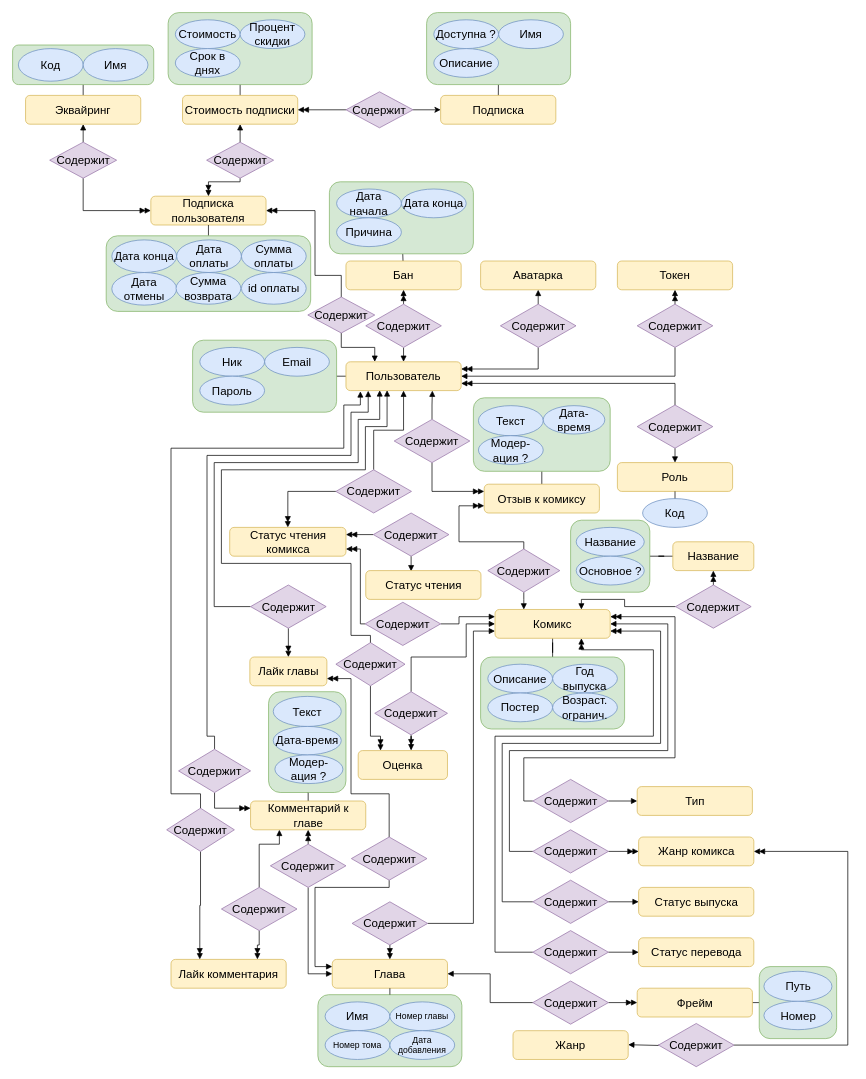
This is page "Концептуальная" (1 of 3) of ПМ.11/Модели базы данных.drawio from Zamelane/exams-3-course, a draw.io file, before an edit. Source tidied: cells renumbered, new cells numbered last; positions are measured from the earlier drawing's top-left corner, leaving out a move shared by most shapes. Both pictures are drawn from the tidied source at 72%, with x=0, y=0 at pixel (12, 12).
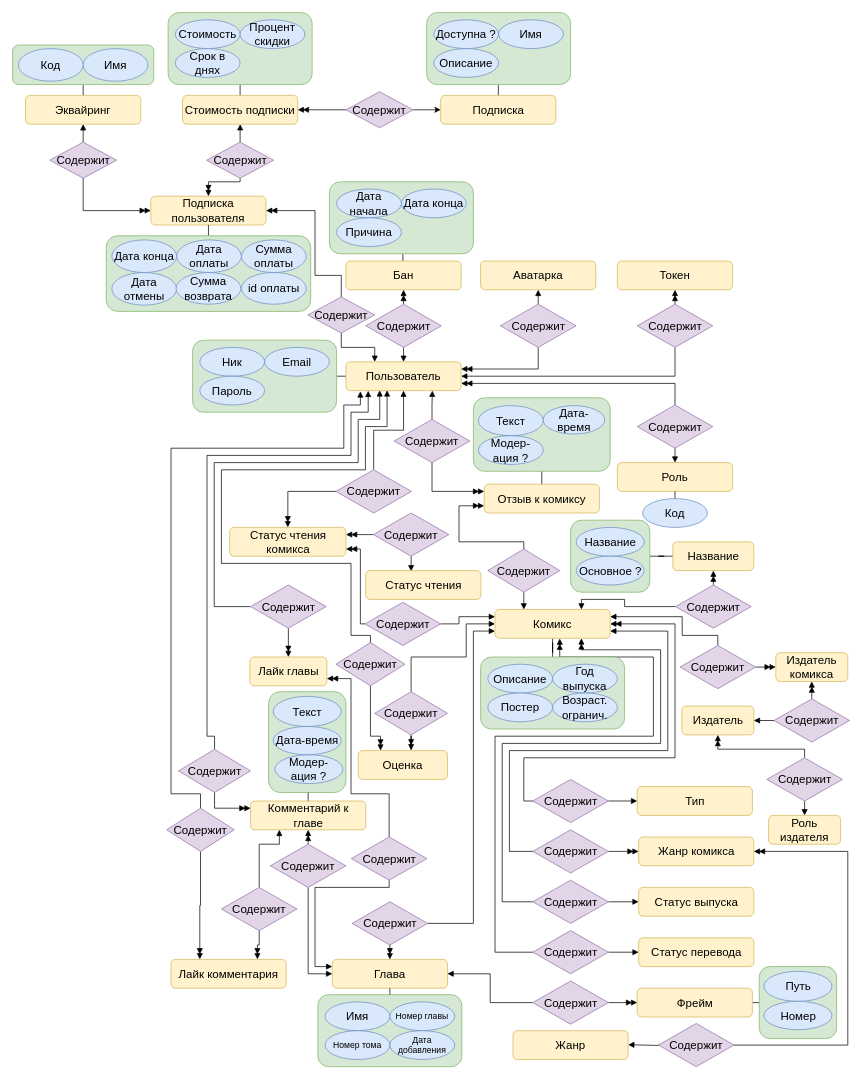
The same diagram, later.

The change refers to these unchanged cells:
```xml
<mxCell id="44" value="&lt;font style=&quot;font-size: 16px;&quot;&gt;Комикс&lt;/font&gt;" style="rounded=1;whiteSpace=wrap;html=1;fillColor=#fff2cc;strokeColor=#d6b656;" parent="1" vertex="1">
  <mxGeometry x="670" y="829" width="160" height="40" as="geometry" />
</mxCell>
<mxCell id="57" value="&lt;font style=&quot;font-size: 16px;&quot;&gt;Содержит&lt;/font&gt;" style="rhombus;whiteSpace=wrap;html=1;rounded=0;strokeColor=#9673a6;align=center;verticalAlign=middle;fontFamily=Helvetica;fontSize=12;fillColor=#e1d5e7;" parent="1" vertex="1">
  <mxGeometry x="722.5" y="1065" width="105" height="60" as="geometry" />
</mxCell>
<mxCell id="72" value="&lt;font style=&quot;font-size: 16px;&quot;&gt;Содержит&lt;/font&gt;" style="rhombus;whiteSpace=wrap;html=1;rounded=0;strokeColor=#9673a6;align=center;verticalAlign=middle;fontFamily=Helvetica;fontSize=12;fillColor=#e1d5e7;" parent="1" vertex="1">
  <mxGeometry x="722.5" y="1135" width="105" height="60" as="geometry" />
</mxCell>
<mxCell id="75" value="&lt;font style=&quot;font-size: 16px;&quot;&gt;Содержит&lt;/font&gt;" style="rhombus;whiteSpace=wrap;html=1;rounded=0;strokeColor=#9673a6;align=center;verticalAlign=middle;fontFamily=Helvetica;fontSize=12;fillColor=#e1d5e7;" parent="1" vertex="1">
  <mxGeometry x="722.5" y="1275" width="105" height="60" as="geometry" />
</mxCell>
<mxCell id="135" value="&lt;font style=&quot;font-size: 16px;&quot;&gt;Содержит&lt;/font&gt;" style="rhombus;whiteSpace=wrap;html=1;rounded=0;strokeColor=#9673a6;align=center;verticalAlign=middle;fontFamily=Helvetica;fontSize=12;fillColor=#e1d5e7;" parent="1" vertex="1">
  <mxGeometry x="722.5" y="1205" width="105" height="60" as="geometry" />
</mxCell>
```

Diff of the diagram source:
```diff
@@
-    <mxCell id="38" style="edgeStyle=orthogonalEdgeStyle;rounded=0;jettySize=auto;html=1;exitX=1;exitY=0.5;exitDx=0;exitDy=0;strokeColor=default;align=center;verticalAlign=middle;fontFamily=Helvetica;fontSize=12;fontColor=default;labelBackgroundColor=default;endArrow=none;endFill=0;entryX=0;entryY=0.5;entryDx=0;entryDy=0;startArrow=block;startFill=1;" parent="1" edge="1" source="44" target="72">
+    <mxCell id="38" style="edgeStyle=orthogonalEdgeStyle;rounded=0;jettySize=auto;html=1;exitX=1;exitY=0.75;exitDx=0;exitDy=0;strokeColor=default;align=center;verticalAlign=middle;fontFamily=Helvetica;fontSize=12;fontColor=default;labelBackgroundColor=default;endArrow=none;endFill=0;entryX=0;entryY=0.5;entryDx=0;entryDy=0;startArrow=block;startFill=1;" parent="1" edge="1" source="44" target="72">
       <mxGeometry relative="1" as="geometry">
         <Array as="points">
-          <mxPoint x="910" y="849" />
+          <mxPoint x="910" y="859" />
           <mxPoint x="910" y="1025" />
           <mxPoint x="690" y="1025" />
           <mxPoint x="690" y="1165" />
         </Array>
       </mxGeometry>
     </mxCell>
-    <mxCell id="39" style="edgeStyle=orthogonalEdgeStyle;rounded=0;jettySize=auto;html=1;exitX=1;exitY=0.75;exitDx=0;exitDy=0;entryX=0;entryY=0.5;entryDx=0;entryDy=0;strokeColor=default;align=center;verticalAlign=middle;fontFamily=Helvetica;fontSize=12;fontColor=default;labelBackgroundColor=default;endArrow=none;endFill=0;startArrow=doubleBlock;startFill=1;" parent="1" edge="1" source="44" target="135">
+    <mxCell id="39" style="edgeStyle=orthogonalEdgeStyle;rounded=0;jettySize=auto;html=1;exitX=0.75;exitY=1;exitDx=0;exitDy=0;entryX=0;entryY=0.5;entryDx=0;entryDy=0;strokeColor=default;align=center;verticalAlign=middle;fontFamily=Helvetica;fontSize=12;fontColor=default;labelBackgroundColor=default;endArrow=none;endFill=0;startArrow=doubleBlock;startFill=1;" parent="1" edge="1" source="44" target="135">
       <mxGeometry relative="1" as="geometry">
         <Array as="points">
-          <mxPoint x="900" y="859" />
+          <mxPoint x="790" y="885" />
+          <mxPoint x="900" y="885" />
           <mxPoint x="900" y="1015" />
           <mxPoint x="680" y="1015" />
           <mxPoint x="680" y="1235" />
         </Array>
       </mxGeometry>
     </mxCell>
@@
-    <mxCell id="43" style="edgeStyle=orthogonalEdgeStyle;rounded=0;jettySize=auto;html=1;exitX=0.75;exitY=1;exitDx=0;exitDy=0;strokeColor=default;align=center;verticalAlign=middle;fontFamily=Helvetica;fontSize=12;fontColor=default;labelBackgroundColor=default;endArrow=none;endFill=0;entryX=0;entryY=0.5;entryDx=0;entryDy=0;startArrow=doubleBlock;startFill=1;" parent="1" edge="1" source="44" target="75">
+    <mxCell id="43" style="edgeStyle=orthogonalEdgeStyle;rounded=0;jettySize=auto;html=1;exitX=0.562;exitY=1.009;exitDx=0;exitDy=0;strokeColor=default;align=center;verticalAlign=middle;fontFamily=Helvetica;fontSize=12;fontColor=default;labelBackgroundColor=default;endArrow=none;endFill=0;entryX=0;entryY=0.5;entryDx=0;entryDy=0;startArrow=doubleBlock;startFill=1;exitPerimeter=0;" parent="1" edge="1" source="44" target="75">
       <mxGeometry relative="1" as="geometry">
         <Array as="points">
-          <mxPoint x="790" y="885" />
-          <mxPoint x="890" y="885" />
+          <mxPoint x="760" y="895" />
+          <mxPoint x="890" y="895" />
           <mxPoint x="890" y="1005" />
           <mxPoint x="670" y="1005" />
           <mxPoint x="670" y="1305" />
         </Array>
       </mxGeometry>
     </mxCell>
@@
-    <mxCell id="55" style="edgeStyle=orthogonalEdgeStyle;rounded=0;jettySize=auto;html=1;exitX=0;exitY=0.5;exitDx=0;exitDy=0;entryX=1;entryY=0.25;entryDx=0;entryDy=0;strokeColor=default;align=center;verticalAlign=middle;fontFamily=Helvetica;fontSize=12;fontColor=default;labelBackgroundColor=default;endArrow=doubleBlock;endFill=1;" parent="1" edge="1" source="57" target="44">
+    <mxCell id="55" style="edgeStyle=orthogonalEdgeStyle;rounded=0;jettySize=auto;html=1;exitX=0;exitY=0.5;exitDx=0;exitDy=0;entryX=1;entryY=0.5;entryDx=0;entryDy=0;strokeColor=default;align=center;verticalAlign=middle;fontFamily=Helvetica;fontSize=12;fontColor=default;labelBackgroundColor=default;endArrow=doubleBlock;endFill=1;" parent="1" edge="1" source="57" target="44">
       <mxGeometry relative="1" as="geometry">
         <Array as="points">
           <mxPoint x="710" y="1095" />
           <mxPoint x="710" y="1035" />
           <mxPoint x="920" y="1035" />
-          <mxPoint x="920" y="839" />
+          <mxPoint x="920" y="849" />
         </Array>
       </mxGeometry>
     </mxCell>
@@
+    <mxCell id="190" value="&lt;font style=&quot;font-size: 16px;&quot;&gt;Издатель&lt;/font&gt;" style="rounded=1;whiteSpace=wrap;html=1;fillColor=#fff2cc;strokeColor=#d6b656;" parent="1" vertex="1">
+      <mxGeometry x="929.5" y="963.2" width="100" height="40" as="geometry" />
+    </mxCell>
+    <mxCell id="191" style="edgeStyle=orthogonalEdgeStyle;rounded=0;jettySize=auto;html=1;exitX=0.5;exitY=0;exitDx=0;exitDy=0;entryX=1;entryY=0.25;entryDx=0;entryDy=0;endArrow=block;endFill=1;" parent="1" edge="1" source="193" target="44">
+      <mxGeometry relative="1" as="geometry">
+        <Array as="points">
+          <mxPoint x="979" y="865" />
+          <mxPoint x="930" y="865" />
+          <mxPoint x="930" y="839" />
+        </Array>
+      </mxGeometry>
+    </mxCell>
+    <mxCell id="192" style="edgeStyle=orthogonalEdgeStyle;curved=0;rounded=1;jettySize=auto;html=1;exitX=1;exitY=0.5;exitDx=0;exitDy=0;entryX=0;entryY=0.5;entryDx=0;entryDy=0;strokeColor=default;align=center;verticalAlign=middle;fontFamily=Helvetica;fontSize=11;fontColor=default;labelBackgroundColor=default;endArrow=doubleBlock;endFill=1;" parent="1" edge="1" source="193" target="194">
+      <mxGeometry relative="1" as="geometry" />
+    </mxCell>
+    <mxCell id="193" value="&lt;font style=&quot;font-size: 16px;&quot;&gt;Содержит&lt;/font&gt;" style="rhombus;whiteSpace=wrap;html=1;rounded=0;strokeColor=#9673a6;align=center;verticalAlign=middle;fontFamily=Helvetica;fontSize=12;fillColor=#e1d5e7;" parent="1" vertex="1">
+      <mxGeometry x="927" y="879" width="105" height="60" as="geometry" />
+    </mxCell>
+    <mxCell id="194" value="&lt;font style=&quot;font-size: 16px;&quot;&gt;Издатель комикса&lt;/font&gt;" style="rounded=1;whiteSpace=wrap;html=1;fillColor=#fff2cc;strokeColor=#d6b656;" parent="1" vertex="1">
+      <mxGeometry x="1060" y="889" width="100" height="40" as="geometry" />
+    </mxCell>
+    <mxCell id="195" value="&lt;font style=&quot;font-size: 16px;&quot;&gt;Роль издателя&lt;/font&gt;" style="rounded=1;whiteSpace=wrap;html=1;fillColor=#fff2cc;strokeColor=#d6b656;" parent="1" vertex="1">
+      <mxGeometry x="1050" y="1115" width="100" height="40" as="geometry" />
+    </mxCell>
+    <mxCell id="196" style="edgeStyle=orthogonalEdgeStyle;curved=0;rounded=0;jettySize=auto;html=1;exitX=0.5;exitY=0;exitDx=0;exitDy=0;entryX=0.5;entryY=1;entryDx=0;entryDy=0;strokeColor=default;align=center;verticalAlign=middle;fontFamily=Helvetica;fontSize=11;fontColor=default;labelBackgroundColor=default;endArrow=doubleBlock;endFill=1;" parent="1" edge="1" source="198" target="190">
+      <mxGeometry relative="1" as="geometry">
+        <Array as="points">
+          <mxPoint x="1100" y="1023" />
+          <mxPoint x="979" y="1023" />
+        </Array>
+      </mxGeometry>
+    </mxCell>
+    <mxCell id="197" style="edgeStyle=orthogonalEdgeStyle;curved=0;rounded=1;jettySize=auto;html=1;exitX=0.5;exitY=1;exitDx=0;exitDy=0;entryX=0.5;entryY=0;entryDx=0;entryDy=0;strokeColor=default;align=center;verticalAlign=middle;fontFamily=Helvetica;fontSize=11;fontColor=default;labelBackgroundColor=default;endArrow=block;endFill=1;" parent="1" edge="1" source="198" target="195">
+      <mxGeometry relative="1" as="geometry" />
+    </mxCell>
+    <mxCell id="198" value="&lt;font style=&quot;font-size: 16px;&quot;&gt;Содержит&lt;/font&gt;" style="rhombus;whiteSpace=wrap;html=1;rounded=0;strokeColor=#9673a6;align=center;verticalAlign=middle;fontFamily=Helvetica;fontSize=12;fillColor=#e1d5e7;" parent="1" vertex="1">
+      <mxGeometry x="1047.5" y="1035" width="105" height="60" as="geometry" />
+    </mxCell>
+    <mxCell id="199" style="edgeStyle=orthogonalEdgeStyle;curved=0;rounded=1;jettySize=auto;html=1;exitX=0;exitY=0.5;exitDx=0;exitDy=0;entryX=1;entryY=0.5;entryDx=0;entryDy=0;strokeColor=default;align=center;verticalAlign=middle;fontFamily=Helvetica;fontSize=11;fontColor=default;labelBackgroundColor=default;endArrow=block;endFill=1;" parent="1" edge="1" source="201" target="190">
+      <mxGeometry relative="1" as="geometry" />
+    </mxCell>
+    <mxCell id="200" style="edgeStyle=orthogonalEdgeStyle;curved=0;rounded=1;jettySize=auto;html=1;exitX=0.5;exitY=0;exitDx=0;exitDy=0;entryX=0.5;entryY=1;entryDx=0;entryDy=0;strokeColor=default;align=center;verticalAlign=middle;fontFamily=Helvetica;fontSize=11;fontColor=default;labelBackgroundColor=default;endArrow=doubleBlock;endFill=1;" parent="1" edge="1" source="201" target="194">
+      <mxGeometry relative="1" as="geometry" />
+    </mxCell>
+    <mxCell id="201" value="&lt;font style=&quot;font-size: 16px;&quot;&gt;Содержит&lt;/font&gt;" style="rhombus;whiteSpace=wrap;html=1;rounded=0;strokeColor=#9673a6;align=center;verticalAlign=middle;fontFamily=Helvetica;fontSize=12;fillColor=#e1d5e7;" parent="1" vertex="1">
+      <mxGeometry x="1057.5" y="953.2" width="105" height="60" as="geometry" />
+    </mxCell>
```
